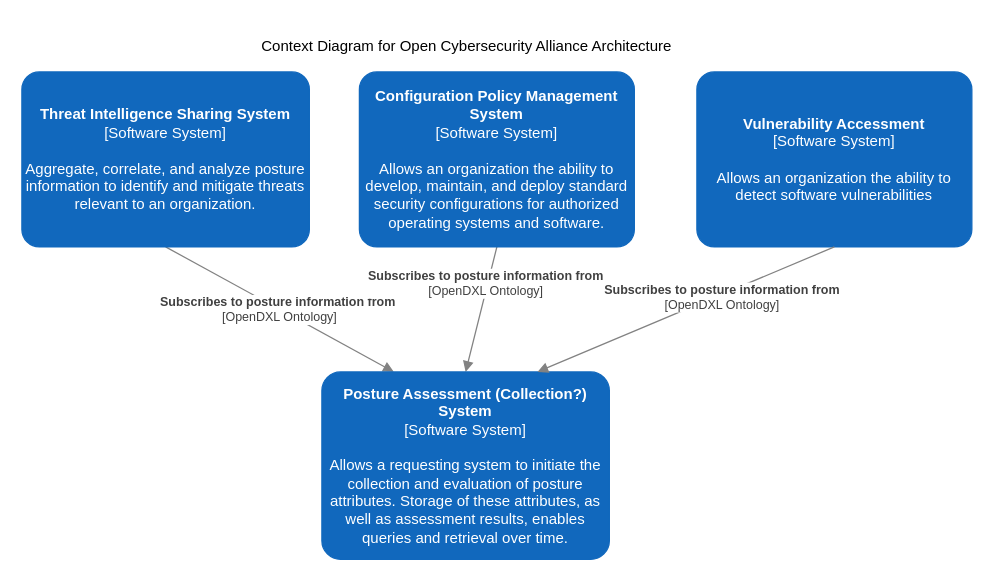
This is page "OCA Context Diagram" (1 of 4) of Architecture Documents/oca-c4-architecture.drawio from opencybersecurityalliance/documentation, a draw.io file, before an edit. Source tidied: cells renumbered, new cells numbered last; positions are measured from the earlier drawing's top-left corner, leaving out a move shared by most shapes. Both pictures are drawn from the tidied source at 125%, with x=0, y=0 at pixel (21, 21).
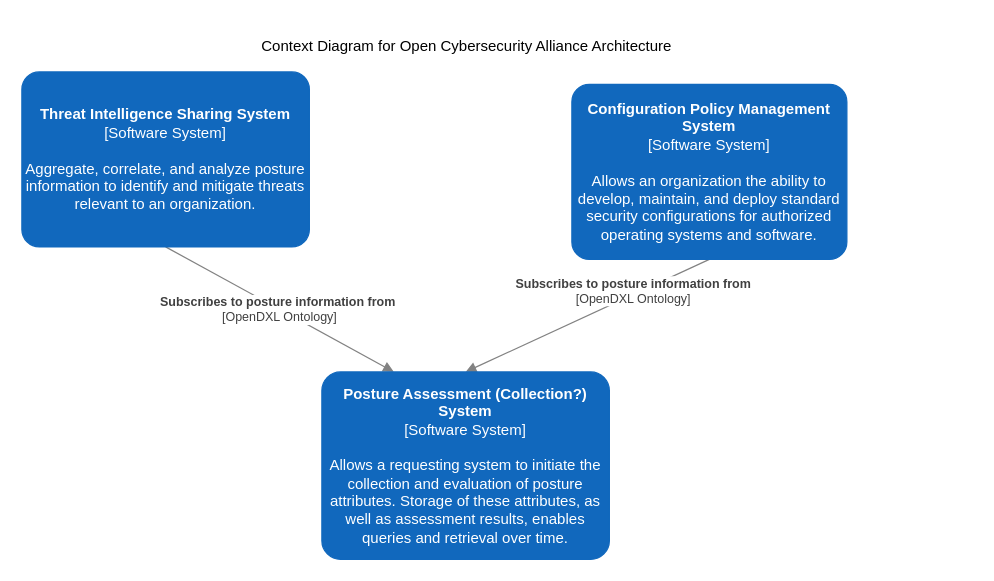
Above is the later version.

Change to the diagram source:
```diff
@@
 <mxGraphModel>
   <root>
     <mxCell id="0" />
     <mxCell id="1" parent="0" />
     <mxCell id="2" value="&lt;span style=&quot;font-size: 10px&quot;&gt;&lt;b&gt;Subscribes to posture information from&amp;nbsp;&lt;br&gt;&lt;/b&gt;[OpenDXL Ontology]&lt;br&gt;&lt;/span&gt;" style="endArrow=block;html=1;fontSize=10;fontColor=#404040;strokeWidth=1;endFill=1;strokeColor=#828282;elbow=vertical;exitX=0.5;exitY=1;exitDx=0;exitDy=0;exitPerimeter=0;entryX=0.25;entryY=0;entryDx=0;entryDy=0;entryPerimeter=0;" parent="1" edge="1" source="5" target="6">
       <mxGeometry relative="1" as="geometry" />
     </mxCell>
     <mxCell id="3" value="&lt;span style=&quot;font-size: 10px&quot;&gt;&lt;b&gt;Subscribes to posture information from&lt;br&gt;&lt;/b&gt;&lt;/span&gt;[OpenDXL Ontology]&lt;span style=&quot;font-size: 10px&quot;&gt;&lt;br&gt;&lt;/span&gt;" style="endArrow=block;html=1;fontSize=10;fontColor=#404040;strokeWidth=1;endFill=1;strokeColor=#828282;elbow=vertical;entryX=0.5;entryY=0;entryDx=0;entryDy=0;entryPerimeter=0;exitX=0.5;exitY=1;exitDx=0;exitDy=0;exitPerimeter=0;" parent="1" edge="1" source="7" target="6">
       <mxGeometry x="-0.39" y="-2" relative="1" as="geometry">
         <mxPoint y="-1" as="offset" />
       </mxGeometry>
     </mxCell>
     <mxCell id="4" value="Context &lt;span style=&quot;text-align: center&quot;&gt;Diagram for Open Cybersecurity Alliance Architecture&lt;/span&gt;" style="text;html=1;strokeColor=none;fillColor=none;align=left;verticalAlign=middle;whiteSpace=wrap;rounded=0;" parent="1" vertex="1">
       <mxGeometry x="190" width="360" height="40" as="geometry" />
     </mxCell>
     <object id="5" label="&lt;b&gt;%c4Name%&lt;/b&gt;&lt;div&gt;[%c4Type%]&lt;/div&gt;&lt;br&gt;&lt;div&gt;%c4Description%&lt;/div&gt;" c4Description="Aggregate, correlate, and analyze posture information to identify and mitigate threats relevant to an organization." c4Name="Threat Intelligence Sharing System" c4Type="Software System" placeholders="1">
       <mxCell style="rounded=1;whiteSpace=wrap;html=1;labelBackgroundColor=none;fillColor=#1168BD;fontColor=#ffffff;align=center;arcSize=10;strokeColor=#1168BD;metaData={&quot;c4Type&quot;:{&quot;editable&quot;:false}};points=[[0.25,0,0],[0.5,0,0],[0.75,0,0],[1,0.25,0],[1,0.5,0],[1,0.75,0],[0.75,1,0],[0.5,1,0],[0.25,1,0],[0,0.75,0],[0,0.5,0],[0,0.25,0]];" parent="1" vertex="1">
         <mxGeometry y="40" width="230" height="140" as="geometry" />
       </mxCell>
     </object>
     <object id="6" label="&lt;b&gt;%c4Name%&lt;/b&gt;&lt;div&gt;[%c4Type%]&lt;/div&gt;&lt;br&gt;&lt;div&gt;%c4Description%&lt;/div&gt;" c4Description="Allows a requesting system to initiate the collection and evaluation of posture attributes. Storage of these attributes, as well as assessment results, enables queries and retrieval over time." c4Name="Posture Assessment (Collection?) System" c4Type="Software System" placeholders="1">
       <mxCell style="rounded=1;whiteSpace=wrap;html=1;labelBackgroundColor=none;fillColor=#1168BD;fontColor=#ffffff;align=center;arcSize=10;strokeColor=#1168BD;metaData={&quot;c4Type&quot;:{&quot;editable&quot;:false}};points=[[0.25,0,0],[0.5,0,0],[0.75,0,0],[1,0.25,0],[1,0.5,0],[1,0.75,0],[0.75,1,0],[0.5,1,0],[0.25,1,0],[0,0.75,0],[0,0.5,0],[0,0.25,0]];" parent="1" vertex="1">
         <mxGeometry x="240" y="280" width="230" height="150" as="geometry" />
       </mxCell>
     </object>
     <object id="7" label="&lt;b&gt;%c4Name%&lt;/b&gt;&lt;div&gt;[%c4Type%]&lt;/div&gt;&lt;br&gt;&lt;div&gt;%c4Description%&lt;/div&gt;" c4Description="Allows an organization the ability to develop, maintain, and deploy standard security configurations for authorized operating systems and software." c4Name="Configuration Policy Management System" c4Type="Software System" placeholders="1">
       <mxCell style="rounded=1;whiteSpace=wrap;html=1;labelBackgroundColor=none;fillColor=#1168BD;fontColor=#ffffff;align=center;arcSize=10;strokeColor=#1168BD;metaData={&quot;c4Type&quot;:{&quot;editable&quot;:false}};points=[[0.25,0,0],[0.5,0,0],[0.75,0,0],[1,0.25,0],[1,0.5,0],[1,0.75,0],[0.75,1,0],[0.5,1,0],[0.25,1,0],[0,0.75,0],[0,0.5,0],[0,0.25,0]];" parent="1" vertex="1">
-        <mxGeometry x="270" y="40" width="220" height="140" as="geometry" />
+        <mxGeometry x="440" y="50" width="220" height="140" as="geometry" />
       </mxCell>
     </object>
-    <object id="8" label="&lt;b&gt;%c4Name%&lt;/b&gt;&lt;div&gt;[%c4Type%]&lt;/div&gt;&lt;br&gt;&lt;div&gt;%c4Description%&lt;/div&gt;" c4Description="Allows an organization the ability to detect  software vulnerabilities" c4Name="Vulnerability Accessment" c4Type="Software System" placeholders="1">
-      <mxCell style="rounded=1;whiteSpace=wrap;html=1;labelBackgroundColor=none;fillColor=#1168BD;fontColor=#ffffff;align=center;arcSize=10;strokeColor=#1168BD;metaData={&quot;c4Type&quot;:{&quot;editable&quot;:false}};points=[[0.25,0,0],[0.5,0,0],[0.75,0,0],[1,0.25,0],[1,0.5,0],[1,0.75,0],[0.75,1,0],[0.5,1,0],[0.25,1,0],[0,0.75,0],[0,0.5,0],[0,0.25,0]];" parent="1" vertex="1">
-        <mxGeometry x="540" y="40" width="220" height="140" as="geometry" />
-      </mxCell>
-    </object>
-    <mxCell id="9" value="&lt;span style=&quot;font-size: 10px&quot;&gt;&lt;b&gt;Subscribes to posture information from&lt;br&gt;&lt;/b&gt;&lt;/span&gt;[OpenDXL Ontology]&lt;span style=&quot;font-size: 10px&quot;&gt;&lt;br&gt;&lt;/span&gt;" style="endArrow=block;html=1;fontSize=10;fontColor=#404040;strokeWidth=1;endFill=1;strokeColor=#828282;elbow=vertical;entryX=0.75;entryY=0;entryDx=0;entryDy=0;entryPerimeter=0;exitX=0.5;exitY=1;exitDx=0;exitDy=0;exitPerimeter=0;" parent="1" edge="1" source="8" target="6">
-      <mxGeometry x="-0.24" y="2" relative="1" as="geometry" />
-    </mxCell>
   </root>
 </mxGraphModel>
```
